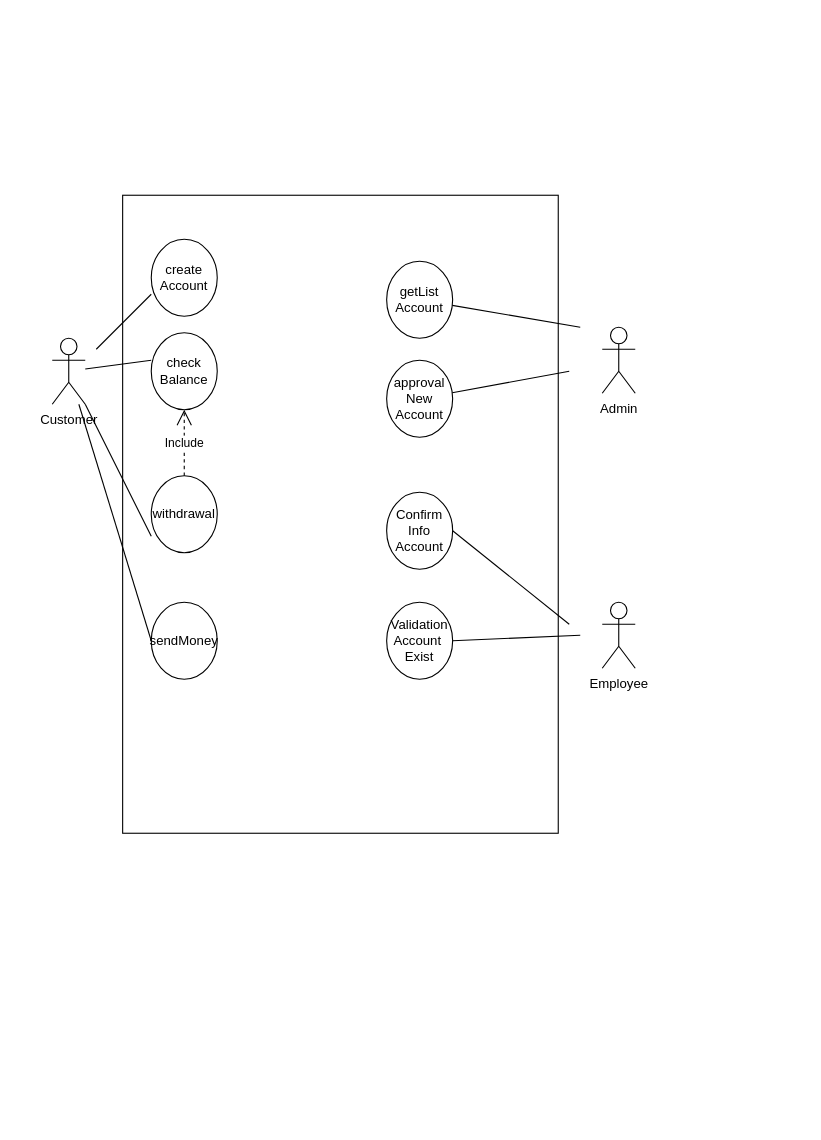
This is Bank_Use_Case.drawio from QuyetVV1995/Bank, a draw.io file, before an edit. Source tidied: cells renumbered, new cells numbered last; positions are measured from the earlier drawing's top-left corner, leaving out a move shared by most shapes. Both pictures are drawn from the tidied source at 110%, with x=0, y=0 at pixel (52, 195).
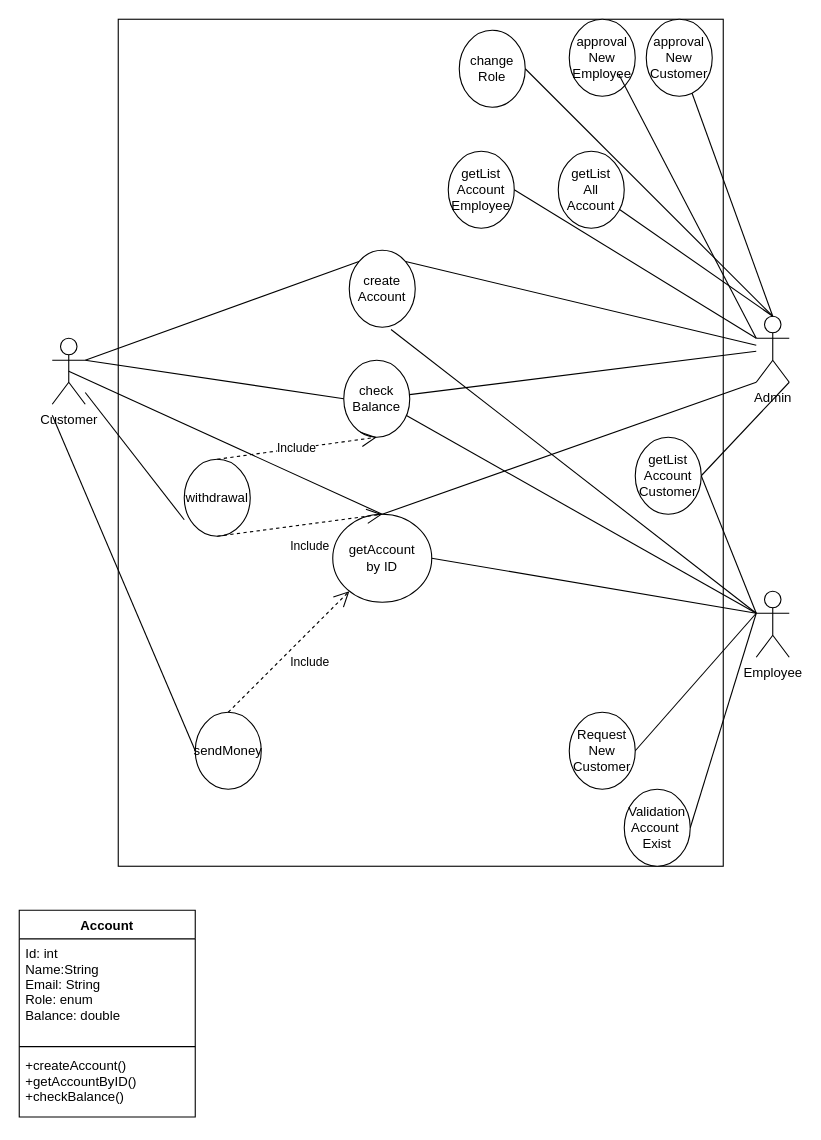
The same diagram, later.

Unchanged cells that the change refers to:
```xml
<mxCell id="2" value="Customer&lt;br&gt;" style="shape=umlActor;verticalLabelPosition=bottom;verticalAlign=top;html=1;outlineConnect=0;" parent="1" vertex="1">
  <mxGeometry y="130" width="30" height="60" as="geometry" />
</mxCell>
```

Diff of the diagram source:
```diff
@@
     <mxCell id="3" value="Employee" style="shape=umlActor;verticalLabelPosition=bottom;verticalAlign=top;html=1;outlineConnect=0;" parent="1" vertex="1">
-      <mxGeometry x="500" y="370" width="30" height="60" as="geometry" />
+      <mxGeometry x="640" y="360" width="30" height="60" as="geometry" />
     </mxCell>
     <mxCell id="4" value="Admin" style="shape=umlActor;verticalLabelPosition=bottom;verticalAlign=top;html=1;outlineConnect=0;" parent="1" vertex="1">
-      <mxGeometry x="500" y="120" width="30" height="60" as="geometry" />
+      <mxGeometry x="640" y="110" width="30" height="60" as="geometry" />
     </mxCell>
     <mxCell id="5" style="rounded=0;whiteSpace=wrap;html=1;" parent="1" vertex="1">
-      <mxGeometry x="64" width="396" height="580" as="geometry" />
+      <mxGeometry x="60" y="-160" width="550" height="770" as="geometry" />
     </mxCell>
     <mxCell id="6" value="create&lt;br&gt;Account" style="ellipse;whiteSpace=wrap;html=1;" parent="1" vertex="1">
-      <mxGeometry x="90" y="40" width="60" height="70" as="geometry" />
+      <mxGeometry x="270" y="50" width="60" height="70" as="geometry" />
     </mxCell>
     <mxCell id="7" value="check&lt;br&gt;Balance" style="ellipse;whiteSpace=wrap;html=1;" parent="1" vertex="1">
-      <mxGeometry x="90" y="125" width="60" height="70" as="geometry" />
+      <mxGeometry x="265" y="150" width="60" height="70" as="geometry" />
     </mxCell>
     <mxCell id="8" value="withdrawal" style="ellipse;whiteSpace=wrap;html=1;" parent="1" vertex="1">
-      <mxGeometry x="90" y="255" width="60" height="70" as="geometry" />
+      <mxGeometry x="120" y="240" width="60" height="70" as="geometry" />
     </mxCell>
-    <mxCell id="9" value="sendMoney" style="ellipse;whiteSpace=wrap;html=1;" parent="1" vertex="1">
-      <mxGeometry x="90" y="370" width="60" height="70" as="geometry" />
+    <mxCell id="9" value="sendMoney" style="ellipse;whiteSpace=wrap;html=1;direction=west;" parent="1" vertex="1">
+      <mxGeometry x="130" y="470" width="60" height="70" as="geometry" />
     </mxCell>
     <mxCell id="10" value="Validation&lt;br&gt;Account&amp;nbsp;&lt;br&gt;Exist" style="ellipse;whiteSpace=wrap;html=1;" parent="1" vertex="1">
-      <mxGeometry x="304" y="370" width="60" height="70" as="geometry" />
+      <mxGeometry x="520" y="540" width="60" height="70" as="geometry" />
     </mxCell>
-    <mxCell id="11" value="Confirm&lt;br&gt;Info&lt;br&gt;Account" style="ellipse;whiteSpace=wrap;html=1;" parent="1" vertex="1">
-      <mxGeometry x="304" y="270" width="60" height="70" as="geometry" />
+    <mxCell id="11" value="Request&lt;br&gt;New&lt;br&gt;Customer" style="ellipse;whiteSpace=wrap;html=1;" parent="1" vertex="1">
+      <mxGeometry x="470" y="470" width="60" height="70" as="geometry" />
     </mxCell>
-    <mxCell id="12" value="approval&lt;br&gt;New&lt;br&gt;Account" style="ellipse;whiteSpace=wrap;html=1;" parent="1" vertex="1">
-      <mxGeometry x="304" y="150" width="60" height="70" as="geometry" />
+    <mxCell id="12" value="approval&lt;br&gt;New&lt;br&gt;Customer" style="ellipse;whiteSpace=wrap;html=1;" parent="1" vertex="1">
+      <mxGeometry x="540" y="-160" width="60" height="70" as="geometry" />
     </mxCell>
-    <mxCell id="13" value="getList&lt;br&gt;Account" style="ellipse;whiteSpace=wrap;html=1;" parent="1" vertex="1">
-      <mxGeometry x="304" y="60" width="60" height="70" as="geometry" />
+    <mxCell id="13" value="getList&lt;br&gt;All&lt;br&gt;Account" style="ellipse;whiteSpace=wrap;html=1;" parent="1" vertex="1">
+      <mxGeometry x="460" y="-40" width="60" height="70" as="geometry" />
     </mxCell>
@@
-    <mxCell id="15" style="endArrow=none;html=1;" parent="1" edge="1">
-      <mxGeometry relative="1" as="geometry">
-        <mxPoint x="40" y="140" as="sourcePoint" />
-        <mxPoint x="90" y="90" as="targetPoint" />
-      </mxGeometry>
+    <mxCell id="15" style="endArrow=none;html=1;exitX=1;exitY=0.3333333333333333;exitDx=0;exitDy=0;exitPerimeter=0;entryX=0;entryY=0;entryDx=0;entryDy=0;" parent="1" edge="1" source="2" target="6">
+      <mxGeometry relative="1" as="geometry" />
     </mxCell>
-    <mxCell id="16" style="endArrow=none;html=1;" parent="1" edge="1" source="2">
-      <mxGeometry relative="1" as="geometry">
-        <mxPoint x="90" y="150" as="targetPoint" />
-      </mxGeometry>
+    <mxCell id="16" style="endArrow=none;html=1;entryX=0;entryY=0.5;entryDx=0;entryDy=0;exitX=1;exitY=0.3333333333333333;exitDx=0;exitDy=0;exitPerimeter=0;" parent="1" edge="1" source="2" target="7">
+      <mxGeometry relative="1" as="geometry" />
     </mxCell>
@@
-    <mxCell id="18" style="endArrow=none;html=1;exitX=0;exitY=0.5;exitDx=0;exitDy=0;" parent="1" edge="1" source="9" target="2">
-      <mxGeometry relative="1" as="geometry" />
+    <mxCell id="18" style="endArrow=none;html=1;exitX=1;exitY=0.5;exitDx=0;exitDy=0;" parent="1" edge="1" source="9">
+      <mxGeometry relative="1" as="geometry">
+        <mxPoint y="200" as="targetPoint" />
+      </mxGeometry>
     </mxCell>
-    <mxCell id="19" style="endArrow=none;html=1;" parent="1" edge="1" source="13">
-      <mxGeometry relative="1" as="geometry">
-        <mxPoint x="480" y="120" as="targetPoint" />
-      </mxGeometry>
+    <mxCell id="19" style="endArrow=none;html=1;entryX=0.5;entryY=0;entryDx=0;entryDy=0;entryPerimeter=0;" parent="1" edge="1" source="13" target="4">
+      <mxGeometry relative="1" as="geometry" />
     </mxCell>
-    <mxCell id="20" style="endArrow=none;html=1;" parent="1" edge="1" source="12">
-      <mxGeometry relative="1" as="geometry">
-        <mxPoint x="470" y="160" as="targetPoint" />
-      </mxGeometry>
+    <mxCell id="20" style="endArrow=none;html=1;entryX=0.5;entryY=0;entryDx=0;entryDy=0;entryPerimeter=0;" parent="1" edge="1" source="12" target="4">
+      <mxGeometry relative="1" as="geometry" />
     </mxCell>
     <mxCell id="21" style="endArrow=none;html=1;exitX=1;exitY=0.5;exitDx=0;exitDy=0;" parent="1" edge="1" source="10">
       <mxGeometry relative="1" as="geometry">
-        <mxPoint x="480" y="400" as="targetPoint" />
+        <mxPoint x="640" y="380" as="targetPoint" />
       </mxGeometry>
     </mxCell>
     <mxCell id="22" style="endArrow=none;html=1;exitX=1;exitY=0.5;exitDx=0;exitDy=0;" parent="1" edge="1" source="11">
       <mxGeometry relative="1" as="geometry">
-        <mxPoint x="470" y="390" as="targetPoint" />
+        <mxPoint x="640" y="380" as="targetPoint" />
       </mxGeometry>
     </mxCell>
+    <mxCell id="23" value="getAccount&lt;br&gt;by ID" style="ellipse;whiteSpace=wrap;html=1;" parent="1" vertex="1">
+      <mxGeometry x="255" y="290" width="90" height="80" as="geometry" />
+    </mxCell>
+    <mxCell id="24" value="Include" style="endArrow=open;endSize=12;dashed=1;html=1;exitX=0.5;exitY=1;exitDx=0;exitDy=0;" parent="1" edge="1" source="9" target="23">
+      <mxGeometry x="0.09" y="-20" relative="1" as="geometry" />
+    </mxCell>
+    <mxCell id="25" value="Include" style="endArrow=open;endSize=12;dashed=1;html=1;exitX=0.5;exitY=1;exitDx=0;exitDy=0;entryX=0.5;entryY=0;entryDx=0;entryDy=0;" parent="1" edge="1" source="8" target="23">
+      <mxGeometry x="0.09" y="-20" relative="1" as="geometry" />
+    </mxCell>
+    <mxCell id="26" value="change Role" style="ellipse;whiteSpace=wrap;html=1;" parent="1" vertex="1">
+      <mxGeometry x="370" y="-150" width="60" height="70" as="geometry" />
+    </mxCell>
+    <mxCell id="27" value="getList&lt;br&gt;Account Customer" style="ellipse;whiteSpace=wrap;html=1;" parent="1" vertex="1">
+      <mxGeometry x="530" y="220" width="60" height="70" as="geometry" />
+    </mxCell>
+    <mxCell id="28" value="getList&lt;br&gt;Account&lt;br&gt;Employee" style="ellipse;whiteSpace=wrap;html=1;" parent="1" vertex="1">
+      <mxGeometry x="360" y="-40" width="60" height="70" as="geometry" />
+    </mxCell>
+    <mxCell id="29" style="endArrow=none;html=1;entryX=1;entryY=0.5;entryDx=0;entryDy=0;exitX=0;exitY=0.3333333333333333;exitDx=0;exitDy=0;exitPerimeter=0;" parent="1" edge="1" source="4" target="28">
+      <mxGeometry relative="1" as="geometry" />
+    </mxCell>
+    <mxCell id="30" style="endArrow=none;html=1;exitX=1;exitY=0.5;exitDx=0;exitDy=0;entryX=1;entryY=1;entryDx=0;entryDy=0;entryPerimeter=0;" parent="1" edge="1" source="27" target="4">
+      <mxGeometry relative="1" as="geometry" />
+    </mxCell>
+    <mxCell id="31" style="endArrow=none;html=1;entryX=0;entryY=0.3333333333333333;entryDx=0;entryDy=0;entryPerimeter=0;exitX=1;exitY=0.5;exitDx=0;exitDy=0;" parent="1" edge="1" source="27" target="3">
+      <mxGeometry relative="1" as="geometry" />
+    </mxCell>
+    <mxCell id="32" style="endArrow=none;html=1;exitX=0.5;exitY=0;exitDx=0;exitDy=0;exitPerimeter=0;entryX=1;entryY=0.5;entryDx=0;entryDy=0;" parent="1" edge="1" source="4" target="26">
+      <mxGeometry relative="1" as="geometry" />
+    </mxCell>
+    <mxCell id="33" value="Account" style="swimlane;fontStyle=1;align=center;verticalAlign=top;horizontal=1;startSize=26;" parent="1" vertex="1">
+      <mxGeometry x="-30" y="650" width="160" height="188" as="geometry" />
+    </mxCell>
+    <mxCell id="34" value="Id: int&#10;Name:String&#10;Email: String&#10;Role: enum&#10;Balance: double" style="text;strokeColor=none;fillColor=none;align=left;verticalAlign=top;spacingLeft=4;spacingRight=4;overflow=hidden;" parent="33" vertex="1">
+      <mxGeometry y="26" width="160" height="94" as="geometry" />
+    </mxCell>
+    <mxCell id="35" style="line;strokeWidth=1;fillColor=none;align=left;verticalAlign=middle;spacingTop=-1;spacingLeft=3;spacingRight=3;labelPosition=right;" parent="33" vertex="1">
+      <mxGeometry y="120" width="160" height="8" as="geometry" />
+    </mxCell>
+    <mxCell id="36" value="+createAccount()&#10;+getAccountByID()&#10;+checkBalance()" style="text;strokeColor=none;fillColor=none;align=left;verticalAlign=top;spacingLeft=4;spacingRight=4;overflow=hidden;" parent="33" vertex="1">
+      <mxGeometry y="128" width="160" height="60" as="geometry" />
+    </mxCell>
+    <mxCell id="37" style="endArrow=none;html=1;" parent="1" edge="1" source="7" target="4">
+      <mxGeometry relative="1" as="geometry" />
+    </mxCell>
+    <mxCell id="38" style="endArrow=none;html=1;" parent="1" edge="1" source="7">
+      <mxGeometry relative="1" as="geometry">
+        <mxPoint x="640" y="380" as="targetPoint" />
+      </mxGeometry>
+    </mxCell>
+    <mxCell id="39" style="endArrow=none;html=1;exitX=1;exitY=0;exitDx=0;exitDy=0;" parent="1" edge="1" source="6" target="4">
+      <mxGeometry relative="1" as="geometry" />
+    </mxCell>
+    <mxCell id="40" style="endArrow=none;html=1;exitX=1;exitY=0.5;exitDx=0;exitDy=0;entryX=0;entryY=0.3333333333333333;entryDx=0;entryDy=0;entryPerimeter=0;" parent="1" edge="1" source="23" target="3">
+      <mxGeometry relative="1" as="geometry" />
+    </mxCell>
+    <mxCell id="41" style="endArrow=none;html=1;exitX=0.633;exitY=1.029;exitDx=0;exitDy=0;exitPerimeter=0;" parent="1" edge="1" source="6">
+      <mxGeometry relative="1" as="geometry">
+        <mxPoint x="640" y="380" as="targetPoint" />
+      </mxGeometry>
+    </mxCell>
+    <mxCell id="42" style="endArrow=none;html=1;entryX=0;entryY=1;entryDx=0;entryDy=0;entryPerimeter=0;" parent="1" edge="1" target="4">
+      <mxGeometry relative="1" as="geometry">
+        <mxPoint x="300" y="290" as="sourcePoint" />
+      </mxGeometry>
+    </mxCell>
+    <mxCell id="43" style="endArrow=none;html=1;entryX=0.5;entryY=0.5;entryDx=0;entryDy=0;entryPerimeter=0;" parent="1" edge="1" target="2">
+      <mxGeometry relative="1" as="geometry">
+        <mxPoint x="300" y="290" as="sourcePoint" />
+      </mxGeometry>
+    </mxCell>
+    <mxCell id="44" value="approval&lt;br&gt;New&lt;br&gt;Employee" style="ellipse;whiteSpace=wrap;html=1;" parent="1" vertex="1">
+      <mxGeometry x="470" y="-160" width="60" height="70" as="geometry" />
+    </mxCell>
+    <mxCell id="45" style="endArrow=none;html=1;entryX=0;entryY=0.3333333333333333;entryDx=0;entryDy=0;entryPerimeter=0;exitX=0.75;exitY=0.714;exitDx=0;exitDy=0;exitPerimeter=0;" parent="1" edge="1" source="44" target="4">
+      <mxGeometry relative="1" as="geometry" />
+    </mxCell>
```
